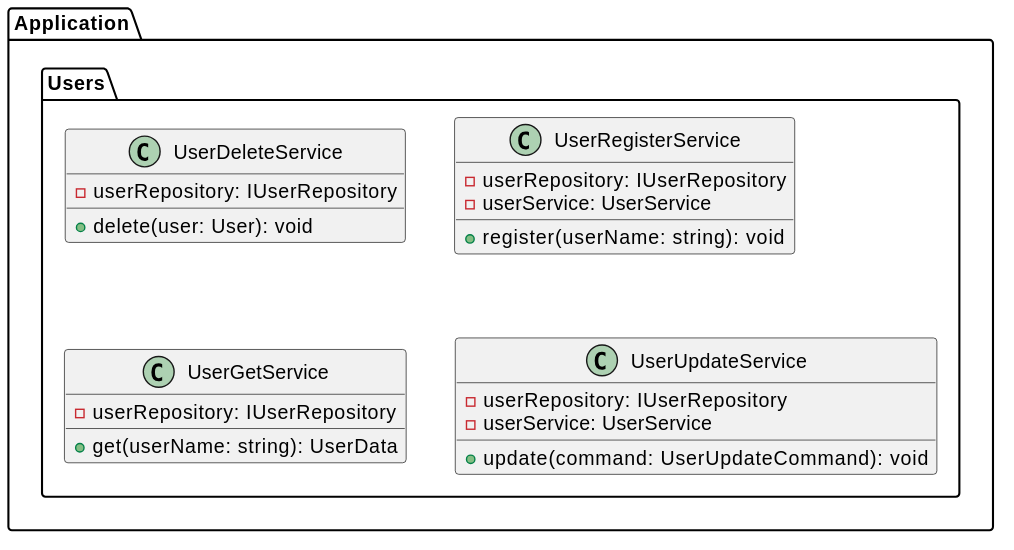
This is diagrams/ch06-package.svg from Yuki-TU/ddd, a PlantUML export, as it was before one commit.
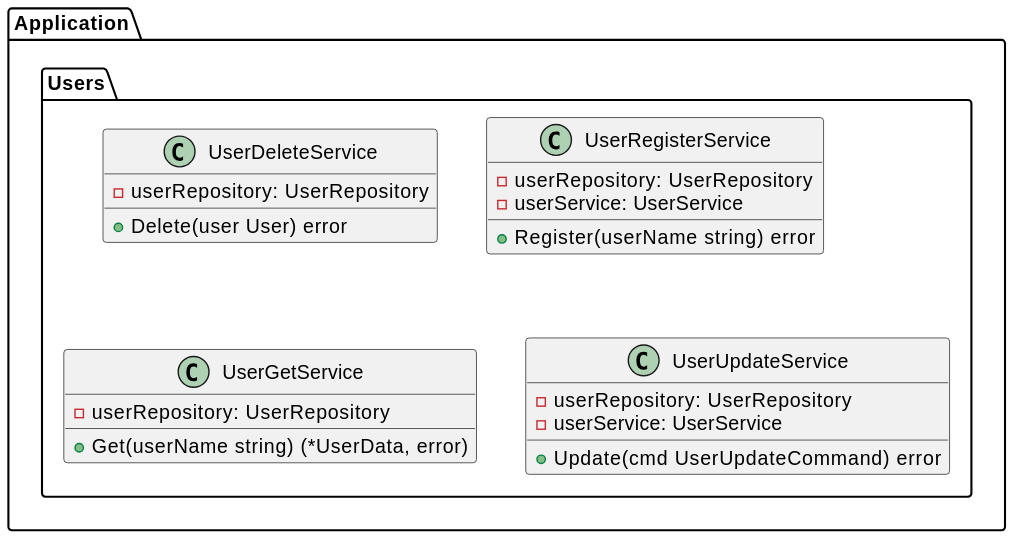
After the commit.

Change to the diagram source:
```diff
@@ -2,22 +2,22 @@
 package Application {
   package Users{
     class UserDeleteService {
-      - userRepository: IUserRepository
-      + delete(user: User): void
+      - userRepository: UserRepository
+      + Delete(user User) error
     }
     class UserRegisterService {
-      - userRepository: IUserRepository
+      - userRepository: UserRepository
       - userService: UserService
-      + register(userName: string): void
+      + Register(userName string) error
     }
     class UserGetService {
-      - userRepository: IUserRepository
-      + get(userName: string): UserData
+      - userRepository: UserRepository
+      + Get(userName string) (*UserData, error)
     }
     class UserUpdateService {
-      - userRepository: IUserRepository
+      - userRepository: UserRepository
       - userService: UserService
-      + update(command: UserUpdateCommand): void
+      + Update(cmd UserUpdateCommand) error
     }
   }
 }
```
